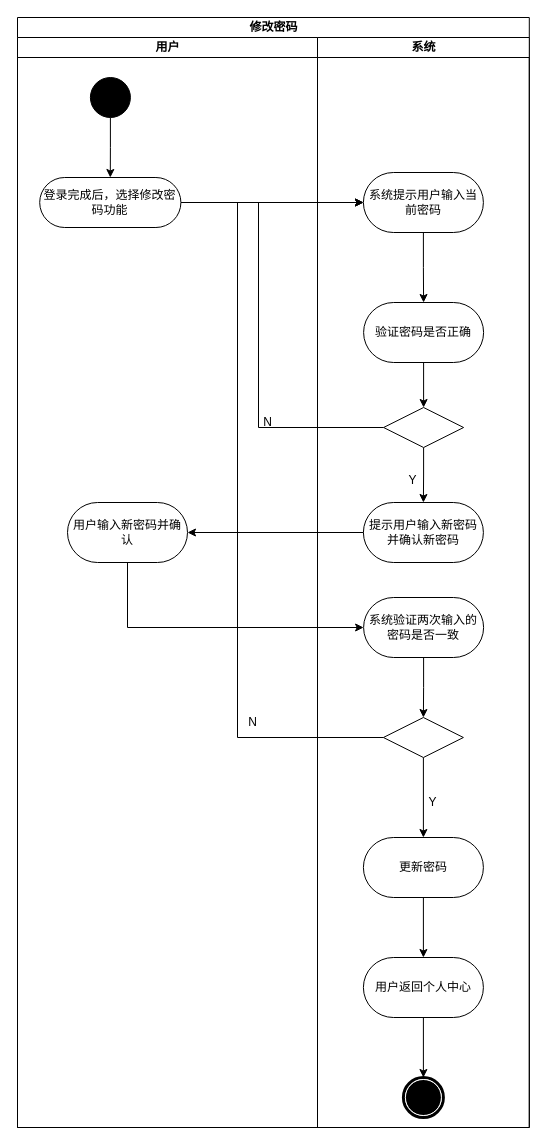
Before: page "功能建模" (1 of 2) of 文档/需求分析规约文档/三种建模/03修改密码用例建模.drawio in w1ntercube/TJ-SE-Design, a draw.io diagram. Source tidied: cells renumbered, new cells numbered last; positions are measured from the earlier drawing's top-left corner, leaving out a move shared by most shapes. Both pictures are drawn from the tidied source at 100%, with x=0, y=0 at pixel (17, 17).
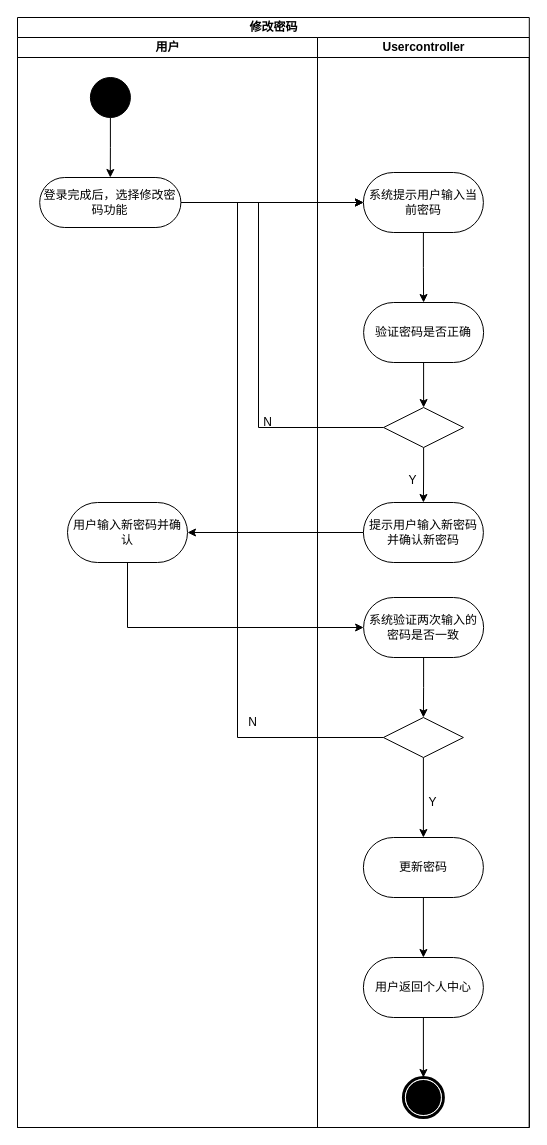
After the change.

The change refers to these unchanged cells:
```xml
<mxCell id="3" value="用户" style="swimlane;html=1;startSize=20;" parent="2" vertex="1">
  <mxGeometry y="20" width="300" height="1090" as="geometry" />
</mxCell>
```

The edit, as a diff of the source:
```diff
@@
-    <mxCell id="11" value="系统" style="swimlane;html=1;startSize=20;" parent="3" vertex="1">
+    <mxCell id="11" value="Usercontroller" style="swimlane;html=1;startSize=20;" parent="3" vertex="1">
       <mxGeometry x="300" width="211.8" height="1090" as="geometry" />
     </mxCell>
```
